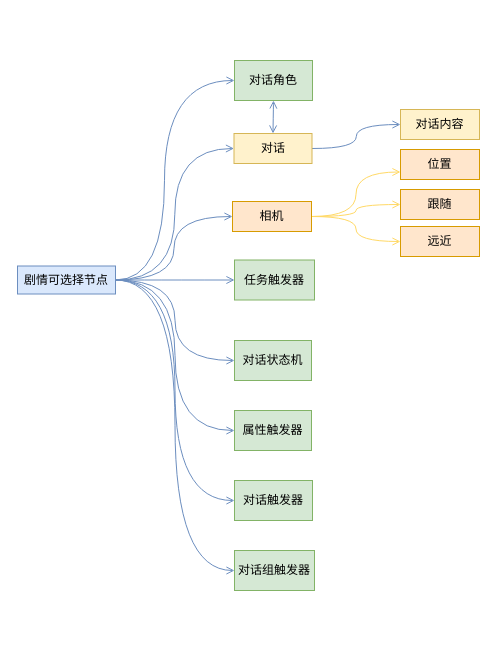
Above: 剧情编辑器.drawio in Toma882/DrawIO (draw.io), before the change. Source tidied: cells renumbered, new cells numbered last; positions are measured from the earlier drawing's top-left corner, leaving out a move shared by most shapes. Both pictures are drawn from the tidied source at 100%, with x=0, y=0 at pixel (17, 60).
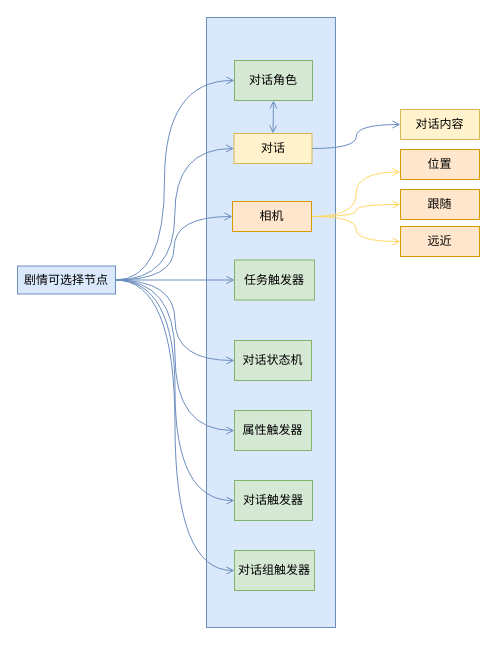
The same diagram, later.

Commit message (it also covers changes not shown here):
更新剧情编辑器.drawio

Diff of the diagram source:
```diff
@@
+    <mxCell id="28" style="whiteSpace=wrap;html=1;fontFamily=Helvetica;fontSize=12;labelBackgroundColor=default;strokeColor=#6c8ebf;fillColor=#dae8fc;" parent="1" vertex="1">
+      <mxGeometry x="189" y="-43" width="129" height="610" as="geometry" />
+    </mxCell>
```
